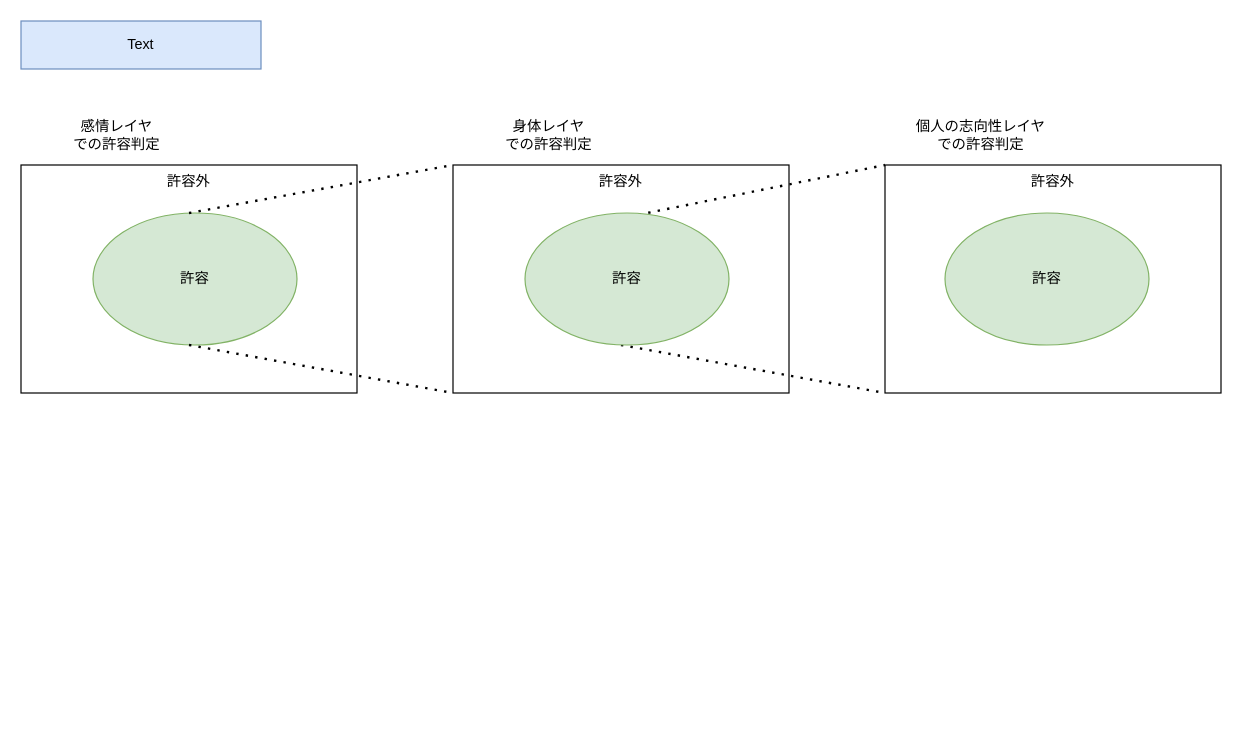
This is qiita_differennce4.drawio from YossyIto/booklog_drowio, a draw.io file, before an edit. Source tidied: cells renumbered, new cells numbered last; positions are measured from the earlier drawing's top-left corner, leaving out a move shared by most shapes. Both pictures are drawn from the tidied source at 120%, with x=0, y=0 at pixel (20, 20).
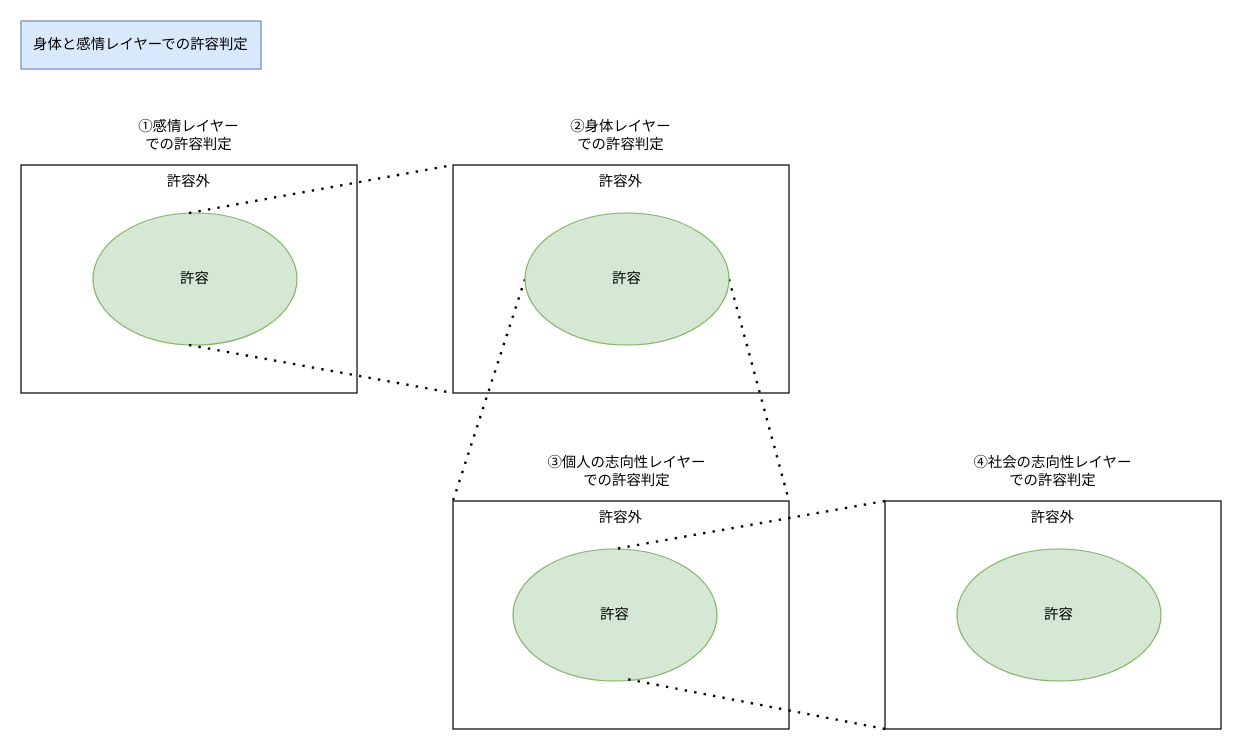
The same page after the edit.

Commit message (it also covers changes not shown here):
qiita_differennce4.drawio を更新します

Unchanged cells that the change refers to:
```xml
<mxCell id="14" value="許容" style="ellipse;whiteSpace=wrap;html=1;fillColor=#d5e8d4;strokeColor=#82b366;" parent="1" vertex="1">
  <mxGeometry x="420" y="160" width="170" height="110" as="geometry" />
</mxCell>
```

The edit, as a diff of the source:
```diff
@@
-    <mxCell id="2" value="Text" style="text;html=1;align=center;verticalAlign=middle;whiteSpace=wrap;rounded=0;fillColor=#dae8fc;strokeColor=#6c8ebf;" parent="1" vertex="1">
+    <mxCell id="2" value="身体と感情レイヤーでの許容判定" style="text;html=1;align=center;verticalAlign=middle;whiteSpace=wrap;rounded=0;fillColor=#dae8fc;strokeColor=#6c8ebf;" parent="1" vertex="1">
       <mxGeometry width="200" height="40" as="geometry" />
     </mxCell>
@@
-    <mxCell id="8" value="感情レイヤ&lt;div&gt;での許容判定&lt;/div&gt;" style="text;html=1;align=center;verticalAlign=middle;whiteSpace=wrap;rounded=0;" parent="1" vertex="1">
-      <mxGeometry y="80" width="160" height="30" as="geometry" />
+    <mxCell id="8" value="①感情レイヤー&lt;div&gt;での許容判定&lt;/div&gt;" style="text;html=1;align=center;verticalAlign=middle;whiteSpace=wrap;rounded=0;" parent="1" vertex="1">
+      <mxGeometry x="60" y="80" width="160" height="30" as="geometry" />
     </mxCell>
-    <mxCell id="9" value="身体レイヤ&lt;div&gt;での許容判定&lt;/div&gt;" style="text;html=1;align=center;verticalAlign=middle;whiteSpace=wrap;rounded=0;" parent="1" vertex="1">
-      <mxGeometry x="360" y="80" width="160" height="30" as="geometry" />
+    <mxCell id="9" value="➁身体レイヤー&lt;div&gt;での許容判定&lt;/div&gt;" style="text;html=1;align=center;verticalAlign=middle;whiteSpace=wrap;rounded=0;" parent="1" vertex="1">
+      <mxGeometry x="420" y="80" width="160" height="30" as="geometry" />
     </mxCell>
     <mxCell id="10" value="許容外" style="rounded=0;whiteSpace=wrap;html=1;labelPosition=center;verticalLabelPosition=middle;align=center;verticalAlign=top;" parent="1" vertex="1">
-      <mxGeometry x="720" y="120" width="280" height="190" as="geometry" />
+      <mxGeometry x="360" y="400" width="280" height="190" as="geometry" />
     </mxCell>
-    <mxCell id="11" value="個人の志向性レイヤ&lt;div&gt;での許容判定&lt;/div&gt;" style="text;html=1;align=center;verticalAlign=middle;whiteSpace=wrap;rounded=0;" parent="1" vertex="1">
-      <mxGeometry x="720" y="80" width="160" height="30" as="geometry" />
+    <mxCell id="11" value="③個人の志向性レイヤー&lt;div&gt;での許容判定&lt;/div&gt;" style="text;html=1;align=center;verticalAlign=middle;whiteSpace=wrap;rounded=0;" parent="1" vertex="1">
+      <mxGeometry x="425" y="360" width="160" height="30" as="geometry" />
     </mxCell>
-    <mxCell id="12" style="endArrow=none;dashed=1;html=1;dashPattern=1 3;strokeWidth=2;rounded=0;exitX=0.539;exitY=0.027;exitDx=0;exitDy=0;entryX=0;entryY=0;entryDx=0;entryDy=0;exitPerimeter=0;" parent="1" edge="1" target="10">
-      <mxGeometry relative="1" as="geometry">
-        <mxPoint x="507" y="163" as="sourcePoint" />
-      </mxGeometry>
+    <mxCell id="12" style="endArrow=none;dashed=1;html=1;dashPattern=1 3;strokeWidth=2;rounded=0;exitX=0;exitY=0.5;exitDx=0;exitDy=0;entryX=0;entryY=0;entryDx=0;entryDy=0;" parent="1" edge="1" source="14" target="10">
+      <mxGeometry relative="1" as="geometry" />
     </mxCell>
-    <mxCell id="13" style="endArrow=none;dashed=1;html=1;dashPattern=1 3;strokeWidth=2;rounded=0;exitX=0.5;exitY=1;exitDx=0;exitDy=0;entryX=0;entryY=1;entryDx=0;entryDy=0;" parent="1" edge="1" target="10">
-      <mxGeometry relative="1" as="geometry">
-        <mxPoint x="500" y="270" as="sourcePoint" />
-      </mxGeometry>
+    <mxCell id="13" style="endArrow=none;dashed=1;html=1;dashPattern=1 3;strokeWidth=2;rounded=0;entryX=1;entryY=0;entryDx=0;entryDy=0;exitX=1;exitY=0.5;exitDx=0;exitDy=0;" parent="1" edge="1" source="14" target="10">
+      <mxGeometry relative="1" as="geometry" />
     </mxCell>
@@
     <mxCell id="15" value="許容" style="ellipse;whiteSpace=wrap;html=1;fillColor=#d5e8d4;strokeColor=#82b366;" parent="1" vertex="1">
-      <mxGeometry x="770" y="160" width="170" height="110" as="geometry" />
+      <mxGeometry x="410" y="440" width="170" height="110" as="geometry" />
     </mxCell>
+    <mxCell id="16" value="許容外" style="rounded=0;whiteSpace=wrap;html=1;labelPosition=center;verticalLabelPosition=middle;align=center;verticalAlign=top;" parent="1" vertex="1">
+      <mxGeometry x="720" y="400" width="280" height="190" as="geometry" />
+    </mxCell>
+    <mxCell id="17" value="許容" style="ellipse;whiteSpace=wrap;html=1;fillColor=#d5e8d4;strokeColor=#82b366;" parent="1" vertex="1">
+      <mxGeometry x="780" y="440" width="170" height="110" as="geometry" />
+    </mxCell>
+    <mxCell id="18" value="④社会の志向性レイヤー&lt;div&gt;での許容判定&lt;/div&gt;" style="text;html=1;align=center;verticalAlign=middle;whiteSpace=wrap;rounded=0;" parent="1" vertex="1">
+      <mxGeometry x="780" y="360" width="160" height="30" as="geometry" />
+    </mxCell>
+    <mxCell id="19" style="endArrow=none;dashed=1;html=1;dashPattern=1 3;strokeWidth=2;rounded=0;exitX=0;exitY=0;exitDx=0;exitDy=0;entryX=0.5;entryY=0;entryDx=0;entryDy=0;" parent="1" edge="1" source="16" target="15">
+      <mxGeometry relative="1" as="geometry" />
+    </mxCell>
+    <mxCell id="20" style="endArrow=none;dashed=1;html=1;dashPattern=1 3;strokeWidth=2;rounded=0;exitX=0;exitY=1;exitDx=0;exitDy=0;entryX=0.547;entryY=0.982;entryDx=0;entryDy=0;entryPerimeter=0;" parent="1" edge="1" source="16" target="15">
+      <mxGeometry relative="1" as="geometry" />
+    </mxCell>
```
